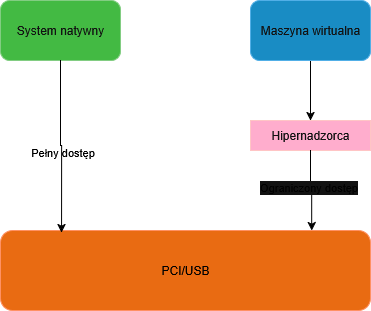
Before: Diagrams/PCI-USB.drawio.png, a diagram exported from draw.io (mdkochanowicz/Security-of-Operating-Systems-in-Virtual-Environments). Source tidied: cells renumbered, new cells last; positions are measured from the earlier drawing's top-left corner, leaving out a move shared by most shapes.
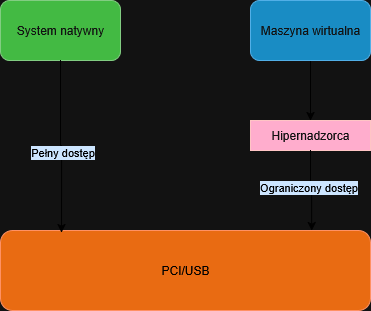
The same file after the commit.

What changed in the source:
```diff
@@ -20,13 +20,13 @@
     <mxCell id="7" style="edgeStyle=orthogonalEdgeStyle;rounded=0;jettySize=auto;html=1;exitX=0.5;exitY=1;exitDx=0;exitDy=0;entryX=0.165;entryY=0.025;entryDx=0;entryDy=0;entryPerimeter=0;strokeColor=light-dark(#000000,#000000);" parent="1" edge="1" source="2" target="5">
       <mxGeometry relative="1" as="geometry" />
     </mxCell>
-    <mxCell id="8" value="Pełny dostęp" style="edgeLabel;html=1;align=center;verticalAlign=middle;fontColor=light-dark(#000000,#000000);labelBackgroundColor=none;" parent="7" vertex="1">
+    <mxCell id="8" value="Pełny dostęp" style="edgeLabel;html=1;align=center;verticalAlign=middle;fontColor=light-dark(#000000,#000000);labelBackgroundColor=light-dark(#FFFFFF,#CCE5FF);" parent="7" vertex="1">
       <mxGeometry x="0.08" relative="1" as="geometry" />
     </mxCell>
     <mxCell id="9" style="edgeStyle=orthogonalEdgeStyle;rounded=0;jettySize=auto;html=1;exitX=0.5;exitY=1;exitDx=0;exitDy=0;entryX=0.841;entryY=0;entryDx=0;entryDy=0;entryPerimeter=0;strokeColor=light-dark(#000000,#000000);" parent="1" edge="1" source="6" target="5">
       <mxGeometry relative="1" as="geometry" />
     </mxCell>
-    <mxCell id="10" value="Ograniczony dostęp" style="edgeLabel;html=1;align=center;verticalAlign=middle;fontColor=light-dark(#000000,#000000);" parent="9" vertex="1">
+    <mxCell id="10" value="Ograniczony dostęp" style="edgeLabel;html=1;align=center;verticalAlign=middle;fontColor=light-dark(#000000,#000000);labelBackgroundColor=light-dark(#FFFFFF,#CCE5FF);" parent="9" vertex="1">
       <mxGeometry x="-0.11" y="-3" relative="1" as="geometry" />
     </mxCell>
   </root>
```
